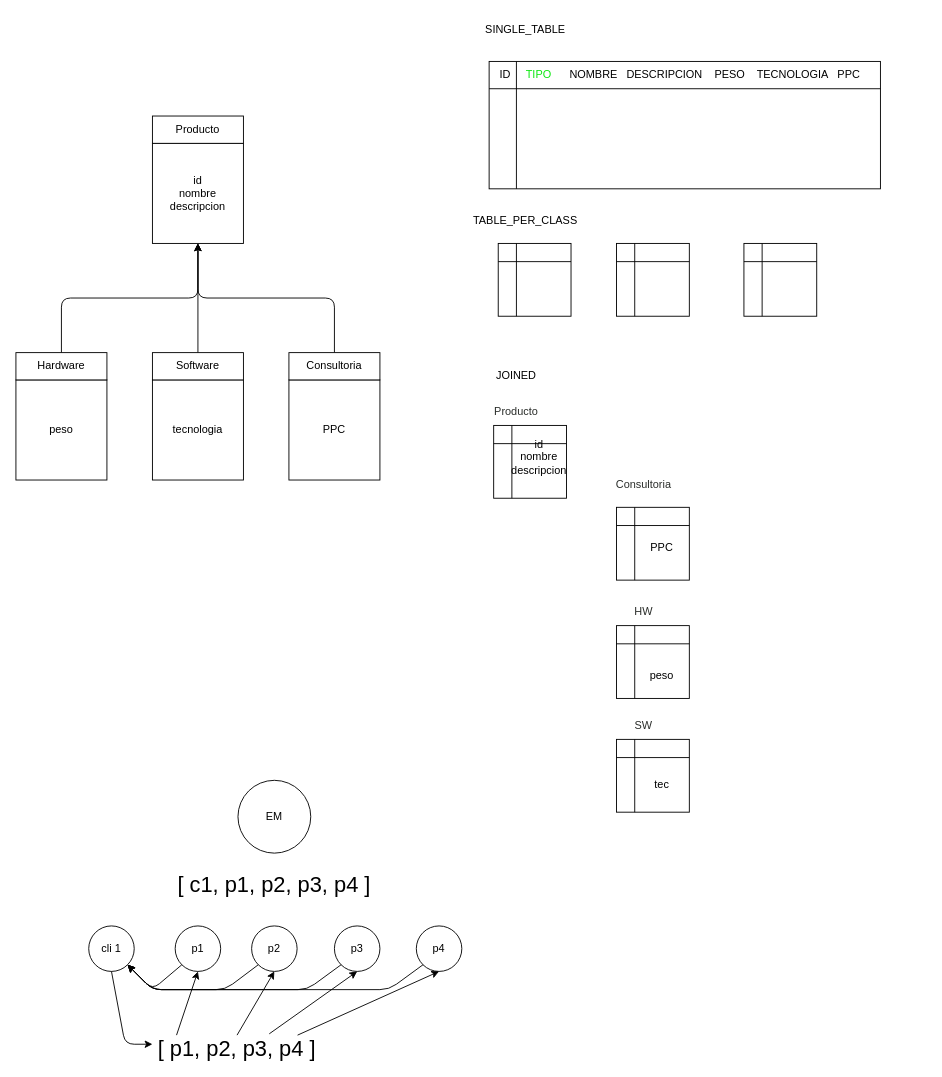
lrag/Hibernate_JPA keeps this draw.io diagram as page "Página-25" (18 of 18) of diagramas.drawio. Above is the earlier version. Source tidied: cells renumbered, new cells numbered last; positions are measured from the earlier drawing's top-left corner, leaving out a move shared by most shapes. Both pictures are drawn from the tidied source at 91%, with x=0, y=0 at pixel (15, 15).
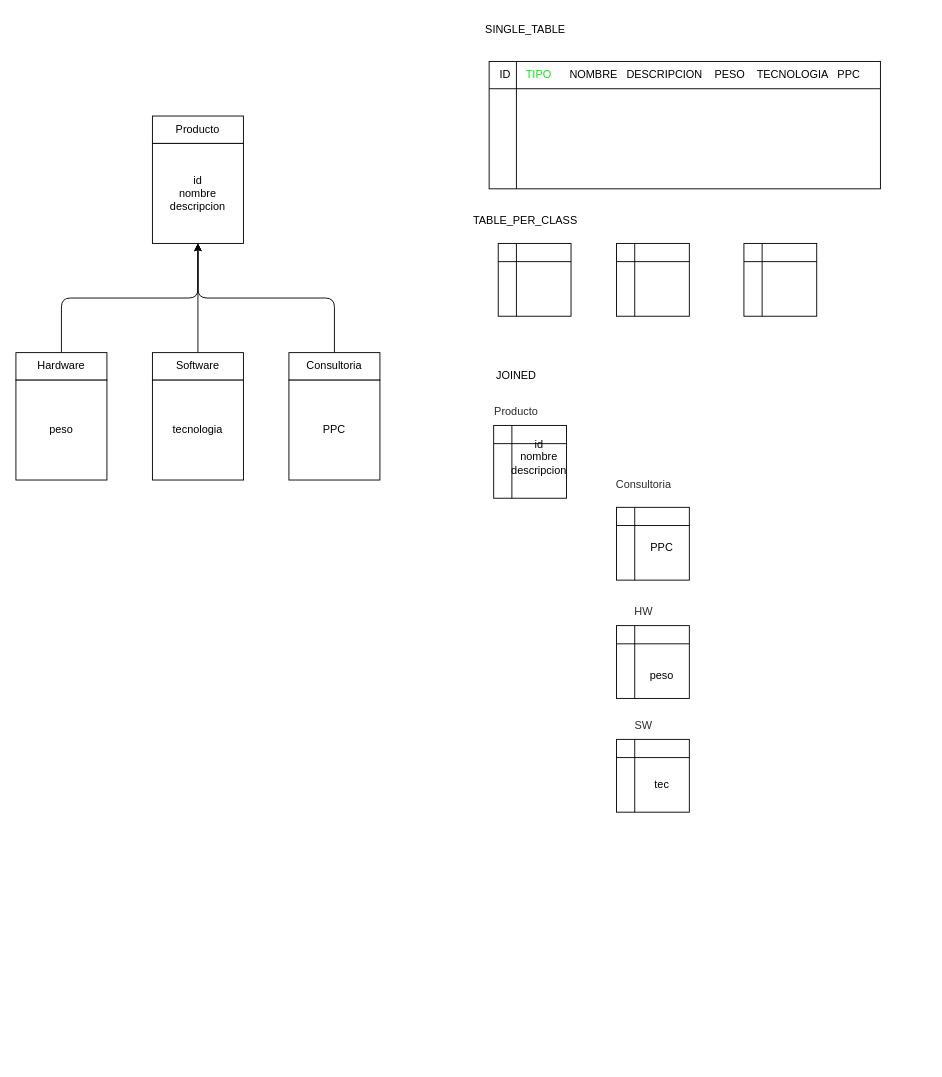
The same page after the edit.

What changed in the source:
```diff
@@
-    <mxCell id="33" value="EM" style="ellipse;whiteSpace=wrap;html=1;fontColor=#000000;" parent="1" vertex="1">
-      <mxGeometry x="244" y="840" width="80" height="80" as="geometry" />
-    </mxCell>
-    <mxCell id="34" value="cli 1" style="ellipse;whiteSpace=wrap;html=1;fontColor=#000000;" parent="1" vertex="1">
-      <mxGeometry x="80" y="1000" width="50" height="50" as="geometry" />
-    </mxCell>
-    <mxCell id="35" value="p1" style="ellipse;whiteSpace=wrap;html=1;fontColor=#000000;" parent="1" vertex="1">
-      <mxGeometry x="175" y="1000" width="50" height="50" as="geometry" />
-    </mxCell>
-    <mxCell id="36" value="p2" style="ellipse;whiteSpace=wrap;html=1;fontColor=#000000;" parent="1" vertex="1">
-      <mxGeometry x="259" y="1000" width="50" height="50" as="geometry" />
-    </mxCell>
-    <mxCell id="37" value="p3" style="ellipse;whiteSpace=wrap;html=1;fontColor=#000000;" parent="1" vertex="1">
-      <mxGeometry x="350" y="1000" width="50" height="50" as="geometry" />
-    </mxCell>
-    <mxCell id="38" value="p4" style="ellipse;whiteSpace=wrap;html=1;fontColor=#000000;" parent="1" vertex="1">
-      <mxGeometry x="440" y="1000" width="50" height="50" as="geometry" />
-    </mxCell>
-    <mxCell id="39" value="&lt;font style=&quot;font-size: 24px;&quot;&gt;[ c1, p1, p2, p3, p4 ]&lt;/font&gt;" style="text;html=1;strokeColor=none;fillColor=none;align=center;verticalAlign=middle;whiteSpace=wrap;rounded=0;fontColor=#000000;" parent="1" vertex="1">
-      <mxGeometry x="151" y="940" width="266" height="30" as="geometry" />
-    </mxCell>
-    <mxCell id="40" style="endArrow=classic;html=1;rounded=1;fontSize=24;fontColor=#000000;exitX=0;exitY=1;exitDx=0;exitDy=0;entryX=1;entryY=1;entryDx=0;entryDy=0;" parent="1" edge="1" source="35" target="34">
-      <mxGeometry relative="1" as="geometry">
-        <Array as="points">
-          <mxPoint x="150" y="1070" />
-        </Array>
-      </mxGeometry>
-    </mxCell>
-    <mxCell id="41" style="endArrow=classic;html=1;rounded=1;fontSize=24;fontColor=#000000;exitX=0;exitY=1;exitDx=0;exitDy=0;entryX=1;entryY=1;entryDx=0;entryDy=0;" parent="1" edge="1" source="36" target="34">
-      <mxGeometry relative="1" as="geometry">
-        <Array as="points">
-          <mxPoint x="230" y="1070" />
-          <mxPoint x="150" y="1070" />
-        </Array>
-      </mxGeometry>
-    </mxCell>
-    <mxCell id="42" style="endArrow=classic;html=1;rounded=1;fontSize=24;fontColor=#000000;exitX=0;exitY=1;exitDx=0;exitDy=0;entryX=1;entryY=1;entryDx=0;entryDy=0;" parent="1" edge="1" source="37" target="34">
-      <mxGeometry relative="1" as="geometry">
-        <Array as="points">
-          <mxPoint x="320" y="1070" />
-          <mxPoint x="150" y="1070" />
-        </Array>
-      </mxGeometry>
-    </mxCell>
-    <mxCell id="43" style="endArrow=classic;html=1;rounded=1;fontSize=24;fontColor=#000000;exitX=0;exitY=1;exitDx=0;exitDy=0;entryX=1;entryY=1;entryDx=0;entryDy=0;" parent="1" edge="1" source="38" target="34">
-      <mxGeometry relative="1" as="geometry">
-        <Array as="points">
-          <mxPoint x="410" y="1070" />
-          <mxPoint x="150" y="1070" />
-        </Array>
-      </mxGeometry>
-    </mxCell>
-    <mxCell id="44" style="endArrow=classic;html=1;rounded=1;fontSize=24;fontColor=#000000;exitX=0.5;exitY=1;exitDx=0;exitDy=0;" parent="1" edge="1" source="34">
-      <mxGeometry relative="1" as="geometry">
-        <mxPoint x="150" y="1130" as="targetPoint" />
-        <Array as="points">
-          <mxPoint x="120" y="1130" />
-        </Array>
-      </mxGeometry>
-    </mxCell>
-    <mxCell id="45" value="&lt;font style=&quot;font-size: 24px;&quot;&gt;[ p1, p2, p3, p4 ]&lt;/font&gt;" style="text;html=1;strokeColor=none;fillColor=none;align=center;verticalAlign=middle;whiteSpace=wrap;rounded=0;fontColor=#000000;" parent="1" vertex="1">
-      <mxGeometry x="110" y="1120" width="266" height="30" as="geometry" />
-    </mxCell>
-    <mxCell id="46" style="endArrow=classic;html=1;rounded=1;fontSize=24;fontColor=#000000;exitX=0.25;exitY=0;exitDx=0;exitDy=0;entryX=0.5;entryY=1;entryDx=0;entryDy=0;" parent="1" edge="1" source="45" target="35">
-      <mxGeometry relative="1" as="geometry" />
-    </mxCell>
-    <mxCell id="47" style="endArrow=classic;html=1;rounded=1;fontSize=24;fontColor=#000000;exitX=0.5;exitY=0;exitDx=0;exitDy=0;entryX=0.5;entryY=1;entryDx=0;entryDy=0;" parent="1" edge="1" source="45" target="36">
-      <mxGeometry relative="1" as="geometry" />
-    </mxCell>
-    <mxCell id="48" style="endArrow=classic;html=1;rounded=1;fontSize=24;fontColor=#000000;exitX=0.633;exitY=-0.047;exitDx=0;exitDy=0;exitPerimeter=0;entryX=0.5;entryY=1;entryDx=0;entryDy=0;" parent="1" edge="1" source="45" target="37">
-      <mxGeometry relative="1" as="geometry" />
-    </mxCell>
-    <mxCell id="49" style="endArrow=classic;html=1;rounded=1;fontSize=24;fontColor=#000000;entryX=0.5;entryY=1;entryDx=0;entryDy=0;exitX=0.75;exitY=0;exitDx=0;exitDy=0;" parent="1" edge="1" source="45" target="38">
-      <mxGeometry relative="1" as="geometry" />
-    </mxCell>
```
